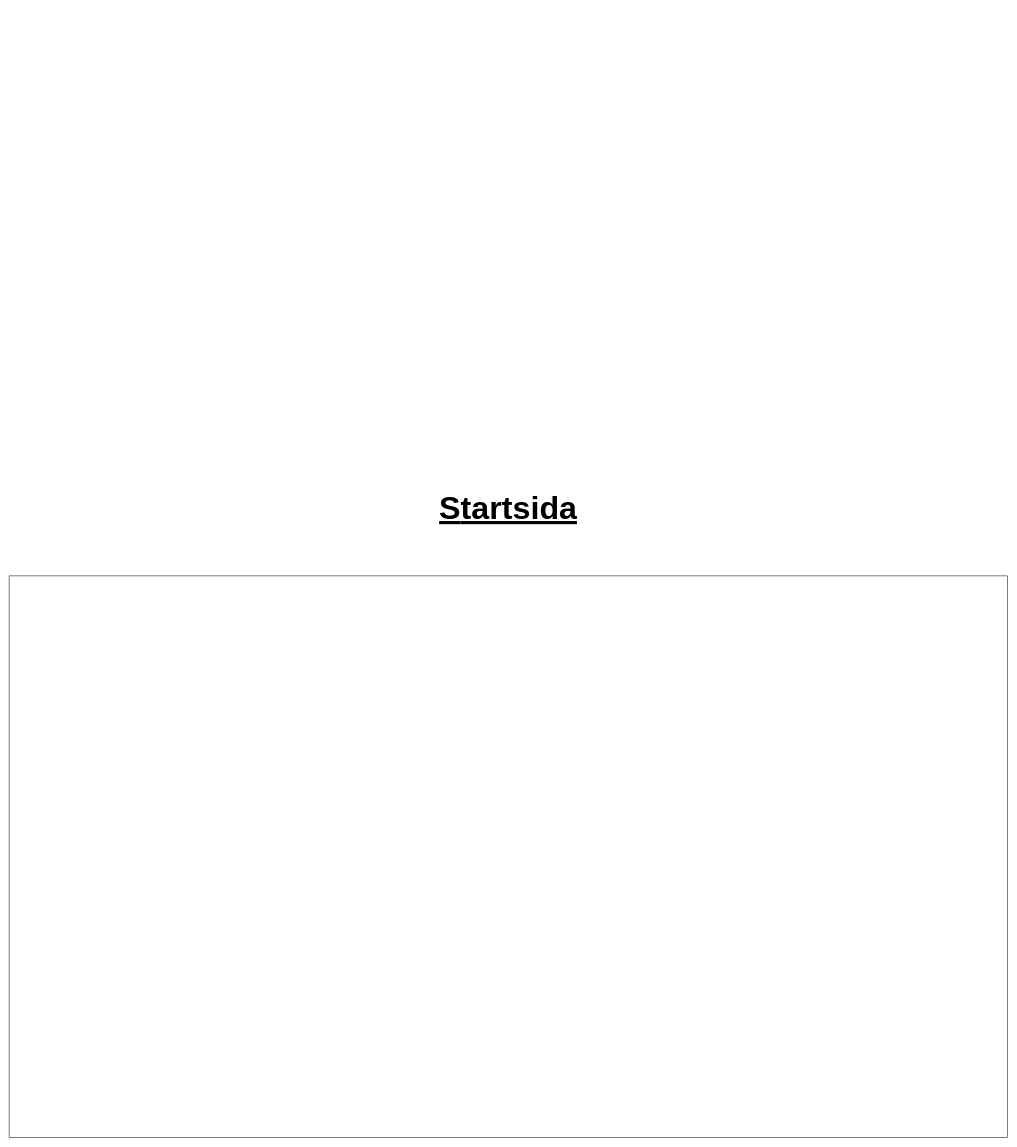
Above: SlutAssignment/Untitled Diagram.drawio in NtiElev-10/Webbsida (draw.io), before the change. Source tidied: cells renumbered, new cells numbered last; positions are measured from the earlier drawing's top-left corner, leaving out a move shared by most shapes. Both pictures are drawn from the tidied source at 52%, with x=0, y=0 at pixel (9, 487).
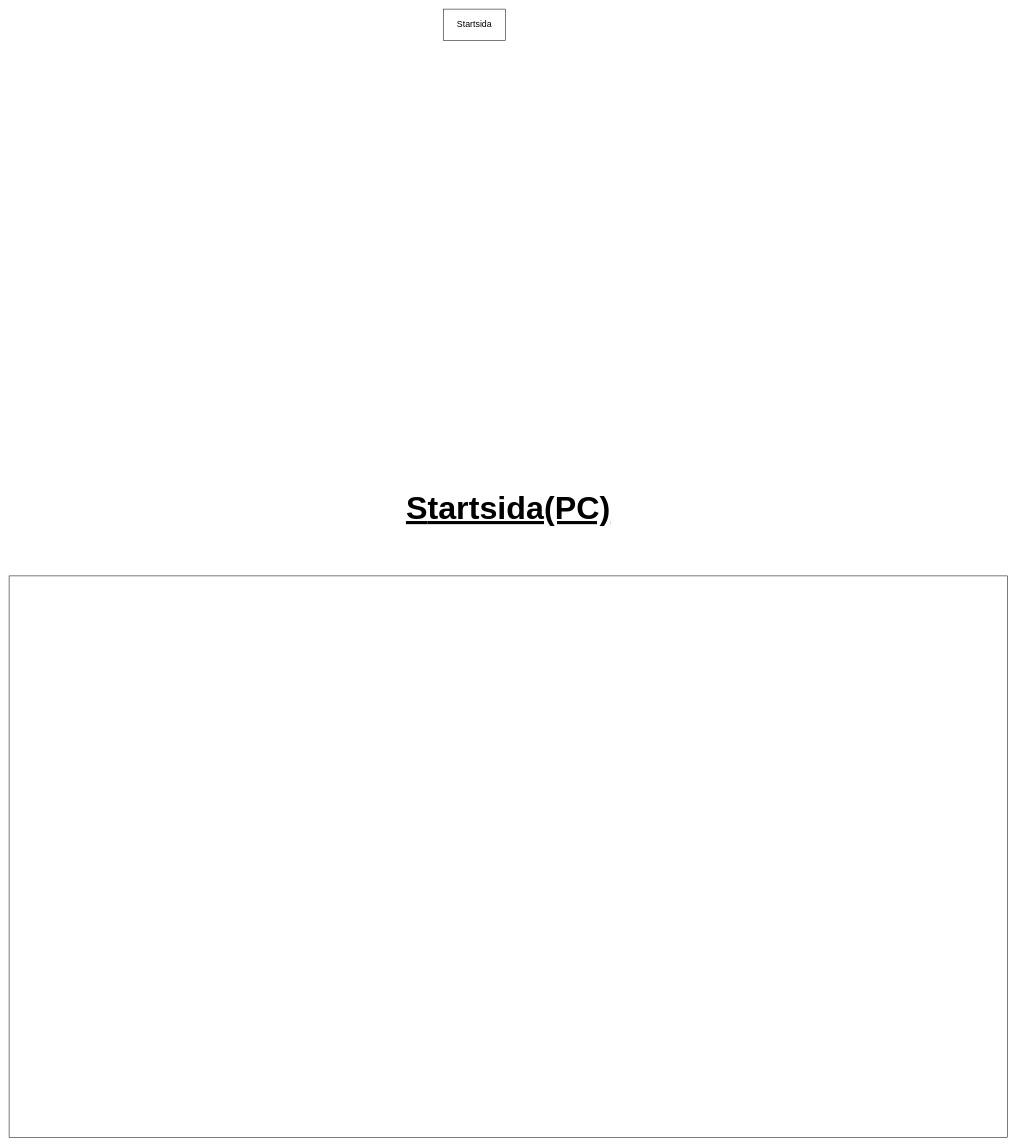
The same diagram, later.

Change to the diagram source:
```diff
@@
 <mxGraphModel>
   <root>
     <mxCell id="0" />
     <mxCell id="1" parent="0" />
     <mxCell id="2" style="rounded=0;whiteSpace=wrap;html=1;" parent="1" vertex="1">
       <mxGeometry y="170" width="1920" height="1080" as="geometry" />
     </mxCell>
-    <mxCell id="3" value="S&lt;span style=&quot;background-color: initial; font-size: 62px;&quot;&gt;tartsida&lt;/span&gt;" style="text;html=1;align=center;verticalAlign=middle;whiteSpace=wrap;rounded=0;fontSize=62;fontStyle=5;" parent="1" vertex="1">
+    <mxCell id="3" value="S&lt;span style=&quot;background-color: initial; font-size: 62px;&quot;&gt;tartsida(PC)&lt;/span&gt;" style="text;html=1;align=center;verticalAlign=middle;whiteSpace=wrap;rounded=0;fontSize=62;fontStyle=5;" parent="1" vertex="1">
       <mxGeometry x="735" width="450" height="80" as="geometry" />
     </mxCell>
+    <mxCell id="4" style="rounded=0;whiteSpace=wrap;html=1;" parent="1" vertex="1">
+      <mxGeometry x="835" y="-920" width="120" height="60" as="geometry" />
+    </mxCell>
+    <mxCell id="5" value="&lt;font style=&quot;font-size: 17px;&quot;&gt;Startsida&lt;/font&gt;" style="text;html=1;align=center;verticalAlign=middle;whiteSpace=wrap;rounded=0;" parent="1" vertex="1">
+      <mxGeometry x="860" y="-905" width="70" height="30" as="geometry" />
+    </mxCell>
   </root>
 </mxGraphModel>
```
